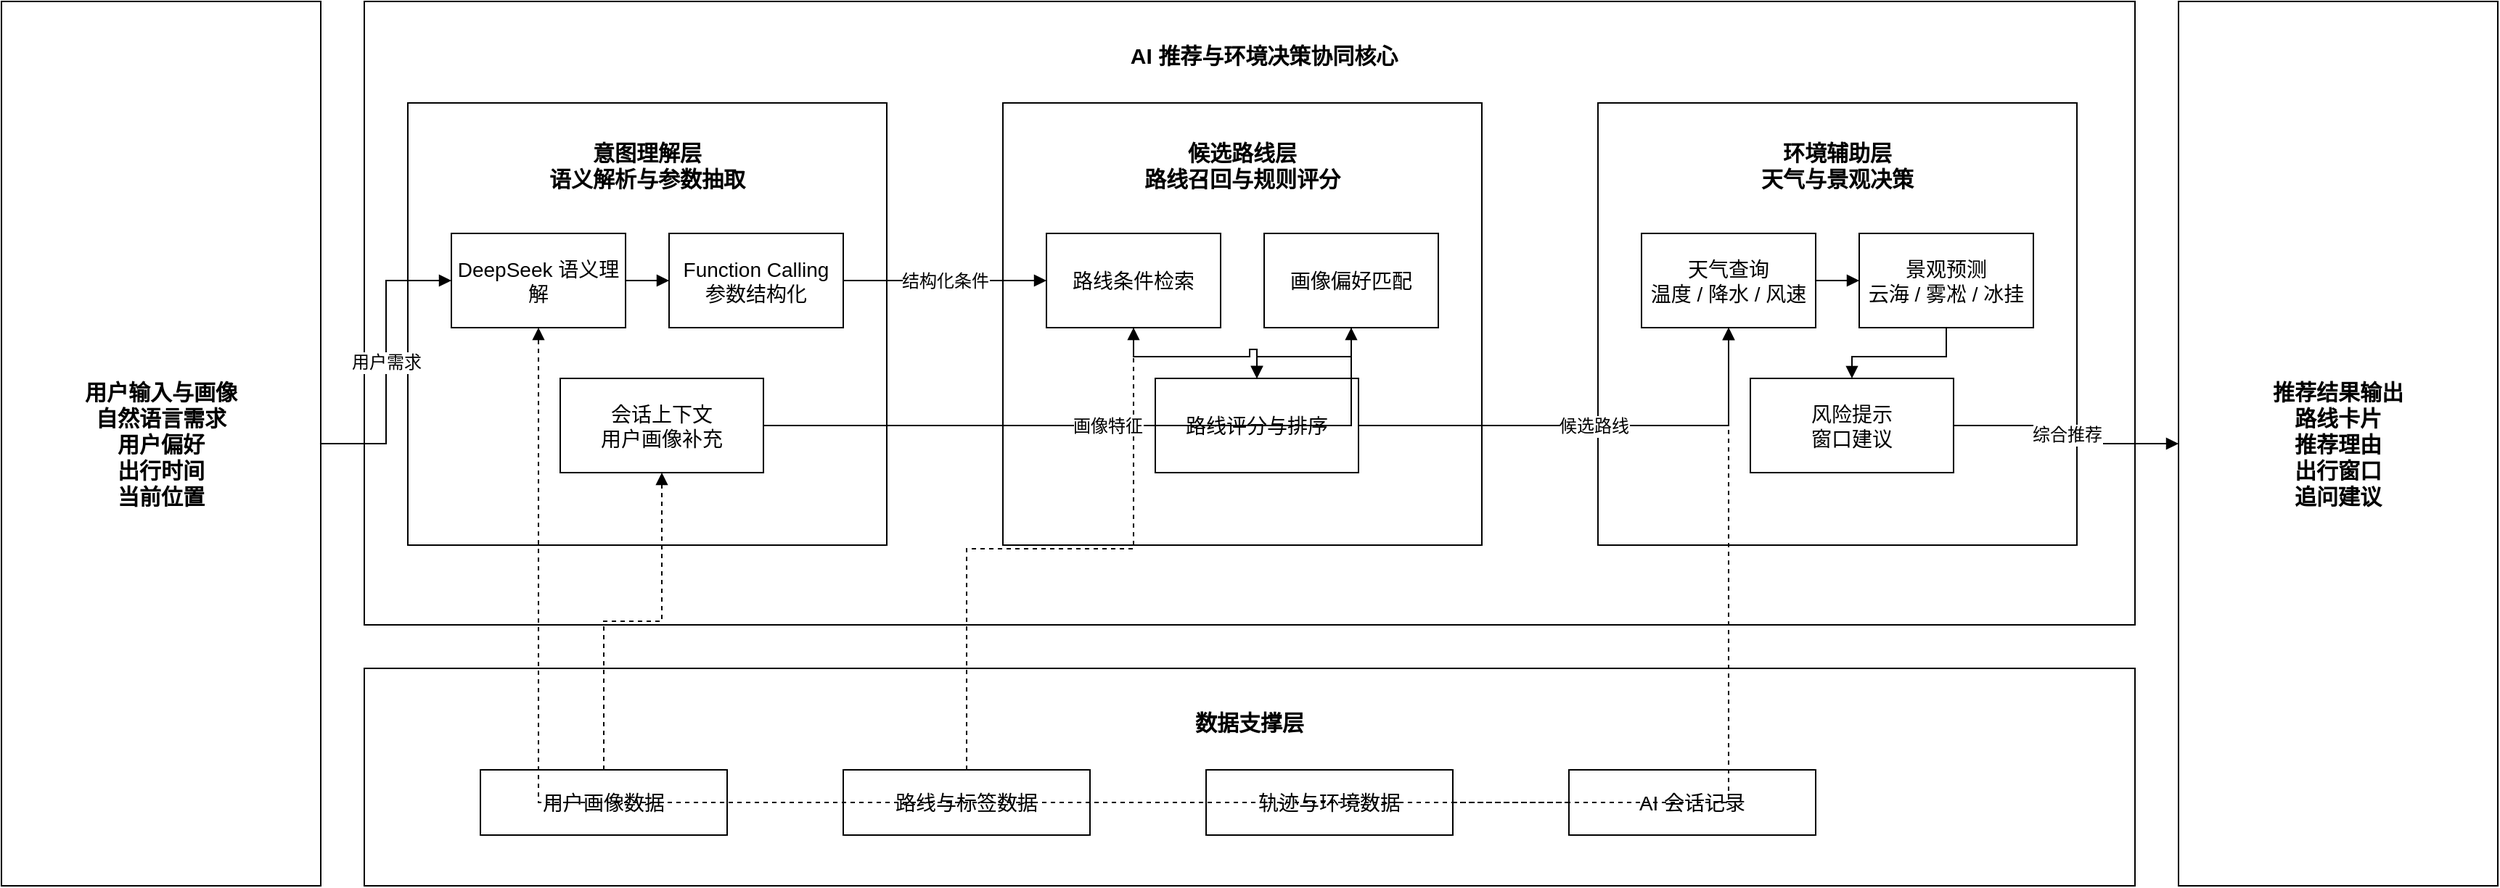
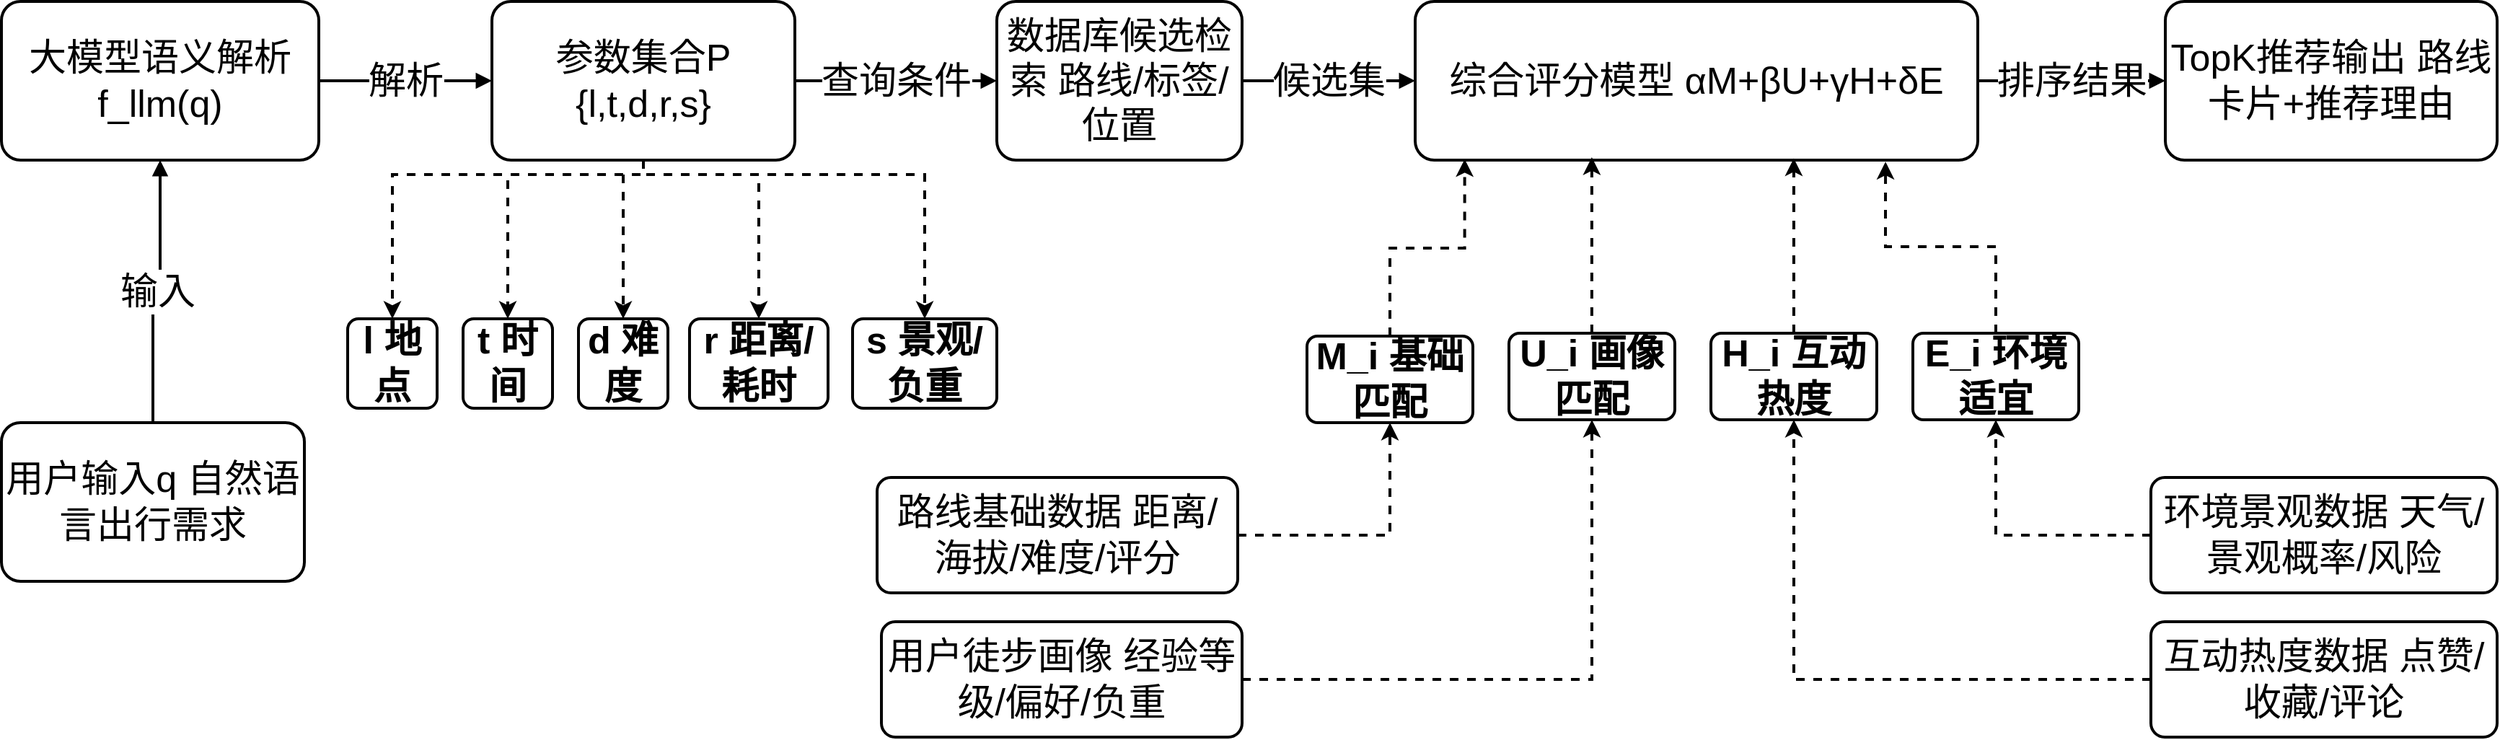
<mxfile host="Electron" agent="Codex">
-   <diagram id="diagram" name="第 1 页">
-     <mxGraphModel dx="1735" dy="1500" grid="1" gridSize="10" guides="1" tooltips="1" connect="1" arrows="1" fold="1" page="1" pageScale="1" pageWidth="1780" pageHeight="920" math="0" shadow="0">
+   <diagram id="AI推荐与环境辅助决策协同架构图" name="AI推荐与环境辅助决策协同架构图">
+     <mxGraphModel dx="1635" dy="1315" grid="1" gridSize="10" guides="1" tooltips="1" connect="1" arrows="1" fold="1" page="1" pageScale="1" pageWidth="1780" pageHeight="920" background="none" math="0" shadow="0">
      <root>
        <mxCell id="0" />
        <mxCell id="1" parent="0" />
-         <mxCell id="input_side" parent="1" style="rounded=0;whiteSpace=wrap;html=1;strokeColor=#000000;fillColor=#ffffff;fontSize=15;fontStyle=1;align=center;verticalAlign=middle;" value="用户输入与画像&#xa;自然语言需求&#xa;用户偏好&#xa;出行时间&#xa;当前位置" vertex="1">
-           <mxGeometry height="610" width="220" x="30" y="130" as="geometry" />
+         <mxCell id="SltSCAPwLS_RLYIDOlQ0-39" parent="1" style="rounded=1;arcSize=12;whiteSpace=wrap;html=1;strokeColor=#000000;fillColor=none;fontSize=26;strokeWidth=2;align=center;verticalAlign=middle;" value="用户输入q 自然语言出行需求" vertex="1">
+           <mxGeometry height="110" width="210" x="1210" y="552" as="geometry" />
        </mxCell>
-         <mxCell id="output_side" parent="1" style="rounded=0;whiteSpace=wrap;html=1;strokeColor=#000000;fillColor=#ffffff;fontSize=15;fontStyle=1;align=center;verticalAlign=middle;" value="推荐结果输出&#xa;路线卡片&#xa;推荐理由&#xa;出行窗口&#xa;追问建议" vertex="1">
-           <mxGeometry height="610" width="220" x="1530" y="130" as="geometry" />
+         <mxCell id="SltSCAPwLS_RLYIDOlQ0-40" parent="1" style="rounded=1;arcSize=12;whiteSpace=wrap;html=1;strokeColor=#000000;fillColor=none;fontSize=26;strokeWidth=2;align=center;verticalAlign=middle;" value="大模型语义解析 f_llm(q)" vertex="1">
+           <mxGeometry height="110" width="220" x="1210" y="260" as="geometry" />
        </mxCell>
-         <mxCell id="core" parent="1" style="rounded=0;whiteSpace=wrap;html=1;strokeColor=#000000;fillColor=#ffffff;fontSize=14;" value="" vertex="1">
-           <mxGeometry height="430" width="1220" x="280" y="130" as="geometry" />
+         <mxCell id="SltSCAPwLS_RLYIDOlQ0-80" edge="1" parent="1" style="edgeStyle=orthogonalEdgeStyle;rounded=0;orthogonalLoop=1;jettySize=auto;html=1;dashed=1;fontSize=26;strokeWidth=2;" target="SltSCAPwLS_RLYIDOlQ0-45">
+           <mxGeometry relative="1" as="geometry">
+             <Array as="points">
+               <mxPoint x="1655" y="380" />
+               <mxPoint x="1481" y="380" />
+             </Array>
+             <mxPoint x="1654.9999999999995" y="370" as="sourcePoint" />
+             <mxPoint x="1580" y="440" as="targetPoint" />
+           </mxGeometry>
        </mxCell>
-         <mxCell id="core_title" parent="1" style="rounded=0;whiteSpace=wrap;html=1;strokeColor=none;fillColor=none;fontSize=15;fontStyle=1;align=center;verticalAlign=middle;" value="AI 推荐与环境决策协同核心" vertex="1">
-           <mxGeometry height="34" width="320" x="740" y="150" as="geometry" />
+         <mxCell id="SltSCAPwLS_RLYIDOlQ0-81" edge="1" parent="1" style="edgeStyle=orthogonalEdgeStyle;rounded=0;orthogonalLoop=1;jettySize=auto;html=1;dashed=1;fontSize=26;strokeWidth=2;" target="SltSCAPwLS_RLYIDOlQ0-46">
+           <mxGeometry relative="1" as="geometry">
+             <Array as="points">
+               <mxPoint x="1655" y="380" />
+               <mxPoint x="1561" y="380" />
+             </Array>
+             <mxPoint x="1654.9999999999995" y="370" as="sourcePoint" />
+           </mxGeometry>
        </mxCell>
-         <mxCell id="g1" parent="1" style="rounded=0;whiteSpace=wrap;html=1;strokeColor=#000000;fillColor=#ffffff;fontSize=14;" value="" vertex="1">
-           <mxGeometry height="305" width="330" x="310" y="200" as="geometry" />
+         <mxCell id="SltSCAPwLS_RLYIDOlQ0-82" edge="1" parent="1" style="edgeStyle=orthogonalEdgeStyle;rounded=0;orthogonalLoop=1;jettySize=auto;html=1;dashed=1;fontSize=26;strokeWidth=2;" target="SltSCAPwLS_RLYIDOlQ0-47">
+           <mxGeometry relative="1" as="geometry">
+             <Array as="points">
+               <mxPoint x="1655" y="380" />
+               <mxPoint x="1641" y="380" />
+             </Array>
+             <mxPoint x="1654.9999999999995" y="370" as="sourcePoint" />
+           </mxGeometry>
        </mxCell>
-         <mxCell id="t1" parent="1" style="rounded=0;whiteSpace=wrap;html=1;strokeColor=none;fillColor=none;fontSize=15;fontStyle=1;align=center;verticalAlign=middle;" value="意图理解层&#xa;语义解析与参数抽取" vertex="1">
-           <mxGeometry height="45" width="210" x="370" y="220" as="geometry" />
+         <mxCell id="SltSCAPwLS_RLYIDOlQ0-83" edge="1" parent="1" style="edgeStyle=orthogonalEdgeStyle;rounded=0;orthogonalLoop=1;jettySize=auto;html=1;entryX=0.5;entryY=0;entryDx=0;entryDy=0;dashed=1;fontSize=26;strokeWidth=2;" target="SltSCAPwLS_RLYIDOlQ0-48">
+           <mxGeometry relative="1" as="geometry">
+             <Array as="points">
+               <mxPoint x="1655" y="380" />
+               <mxPoint x="1735" y="380" />
+             </Array>
+             <mxPoint x="1654.9999999999995" y="370" as="sourcePoint" />
+           </mxGeometry>
        </mxCell>
-         <mxCell id="deepseek" parent="1" style="rounded=0;whiteSpace=wrap;html=1;strokeColor=#000000;fillColor=#ffffff;fontSize=14;align=center;verticalAlign=middle;" value="DeepSeek 语义理解" vertex="1">
-           <mxGeometry height="65" width="120" x="340" y="290" as="geometry" />
+         <mxCell id="SltSCAPwLS_RLYIDOlQ0-85" edge="1" parent="1" style="edgeStyle=orthogonalEdgeStyle;rounded=0;orthogonalLoop=1;jettySize=auto;html=1;dashed=1;fontSize=26;strokeWidth=2;" target="SltSCAPwLS_RLYIDOlQ0-49">
+           <mxGeometry relative="1" as="geometry">
+             <Array as="points">
+               <mxPoint x="1655" y="380" />
+               <mxPoint x="1850" y="380" />
+             </Array>
+             <mxPoint x="1654.9999999999995" y="370" as="sourcePoint" />
+           </mxGeometry>
        </mxCell>
-         <mxCell id="function" parent="1" style="rounded=0;whiteSpace=wrap;html=1;strokeColor=#000000;fillColor=#ffffff;fontSize=14;align=center;verticalAlign=middle;" value="Function Calling&#xa;参数结构化" vertex="1">
-           <mxGeometry height="65" width="120" x="490" y="290" as="geometry" />
+         <mxCell id="SltSCAPwLS_RLYIDOlQ0-41" parent="1" style="rounded=1;arcSize=12;whiteSpace=wrap;html=1;strokeColor=#000000;fillColor=none;fontSize=26;strokeWidth=2;align=center;verticalAlign=middle;" value="参数集合P {l,t,d,r,s}" vertex="1">
+           <mxGeometry height="110" width="210" x="1550" y="260" as="geometry" />
        </mxCell>
-         <mxCell id="context" parent="1" style="rounded=0;whiteSpace=wrap;html=1;strokeColor=#000000;fillColor=#ffffff;fontSize=14;align=center;verticalAlign=middle;" value="会话上下文&#xa;用户画像补充" vertex="1">
-           <mxGeometry height="65" width="140" x="415" y="390" as="geometry" />
+         <mxCell id="SltSCAPwLS_RLYIDOlQ0-42" parent="1" style="rounded=1;arcSize=12;whiteSpace=wrap;html=1;strokeColor=#000000;fillColor=none;fontSize=26;strokeWidth=2;align=center;verticalAlign=middle;" value="数据库候选检索 路线/标签/位置" vertex="1">
+           <mxGeometry height="110" width="170" x="1900" y="260" as="geometry" />
        </mxCell>
-         <mxCell id="g2" parent="1" style="rounded=0;whiteSpace=wrap;html=1;strokeColor=#000000;fillColor=#ffffff;fontSize=14;" value="" vertex="1">
-           <mxGeometry height="305" width="330" x="720" y="200" as="geometry" />
+         <mxCell id="SltSCAPwLS_RLYIDOlQ0-43" parent="1" style="rounded=1;arcSize=12;whiteSpace=wrap;html=1;strokeColor=#000000;fillColor=none;fontSize=26;strokeWidth=2;align=center;verticalAlign=middle;" value="综合评分模型 αM+βU+γH+δE" vertex="1">
+           <mxGeometry height="110" width="390" x="2190" y="260" as="geometry" />
        </mxCell>
-         <mxCell id="t2" parent="1" style="rounded=0;whiteSpace=wrap;html=1;strokeColor=none;fillColor=none;fontSize=15;fontStyle=1;align=center;verticalAlign=middle;" value="候选路线层&#xa;路线召回与规则评分" vertex="1">
-           <mxGeometry height="45" width="210" x="780" y="220" as="geometry" />
+         <mxCell id="SltSCAPwLS_RLYIDOlQ0-44" parent="1" style="rounded=1;arcSize=12;whiteSpace=wrap;html=1;strokeColor=#000000;fillColor=none;fontSize=26;strokeWidth=2;align=center;verticalAlign=middle;" value="TopK推荐输出 路线卡片+推荐理由" vertex="1">
+           <mxGeometry height="110" width="230" x="2710" y="260" as="geometry" />
        </mxCell>
-         <mxCell id="route_query" parent="1" style="rounded=0;whiteSpace=wrap;html=1;strokeColor=#000000;fillColor=#ffffff;fontSize=14;align=center;verticalAlign=middle;" value="路线条件检索" vertex="1">
-           <mxGeometry height="65" width="120" x="750" y="290" as="geometry" />
+         <mxCell id="SltSCAPwLS_RLYIDOlQ0-45" parent="1" style="rounded=1;arcSize=12;whiteSpace=wrap;html=1;strokeColor=#000000;fillColor=none;fontSize=26;strokeWidth=2;align=center;verticalAlign=middle;fontStyle=1;" value="l 地点" vertex="1">
+           <mxGeometry height="62" width="62" x="1450" y="480" as="geometry" />
        </mxCell>
-         <mxCell id="profile_match" parent="1" style="rounded=0;whiteSpace=wrap;html=1;strokeColor=#000000;fillColor=#ffffff;fontSize=14;align=center;verticalAlign=middle;" value="画像偏好匹配" vertex="1">
-           <mxGeometry height="65" width="120" x="900" y="290" as="geometry" />
+         <mxCell id="SltSCAPwLS_RLYIDOlQ0-46" parent="1" style="rounded=1;arcSize=12;whiteSpace=wrap;html=1;strokeColor=#000000;fillColor=none;fontSize=26;strokeWidth=2;align=center;verticalAlign=middle;fontStyle=1;" value="t 时间" vertex="1">
+           <mxGeometry height="62" width="62" x="1530" y="480" as="geometry" />
        </mxCell>
-         <mxCell id="score" parent="1" style="rounded=0;whiteSpace=wrap;html=1;strokeColor=#000000;fillColor=#ffffff;fontSize=14;align=center;verticalAlign=middle;" value="路线评分与排序" vertex="1">
-           <mxGeometry height="65" width="140" x="825" y="390" as="geometry" />
+         <mxCell id="SltSCAPwLS_RLYIDOlQ0-47" parent="1" style="rounded=1;arcSize=12;whiteSpace=wrap;html=1;strokeColor=#000000;fillColor=none;fontSize=26;strokeWidth=2;align=center;verticalAlign=middle;fontStyle=1;" value="d 难度" vertex="1">
+           <mxGeometry height="62" width="62" x="1610" y="480" as="geometry" />
        </mxCell>
-         <mxCell id="g3" parent="1" style="rounded=0;whiteSpace=wrap;html=1;strokeColor=#000000;fillColor=#ffffff;fontSize=14;" value="" vertex="1">
-           <mxGeometry height="305" width="330" x="1130" y="200" as="geometry" />
+         <mxCell id="SltSCAPwLS_RLYIDOlQ0-48" parent="1" style="rounded=1;arcSize=12;whiteSpace=wrap;html=1;strokeColor=#000000;fillColor=none;fontSize=26;strokeWidth=2;align=center;verticalAlign=middle;fontStyle=1;" value="r 距离/耗时" vertex="1">
+           <mxGeometry height="62" width="96" x="1687" y="480" as="geometry" />
        </mxCell>
-         <mxCell id="t3" parent="1" style="rounded=0;whiteSpace=wrap;html=1;strokeColor=none;fillColor=none;fontSize=15;fontStyle=1;align=center;verticalAlign=middle;" value="环境辅助层&#xa;天气与景观决策" vertex="1">
-           <mxGeometry height="45" width="210" x="1190" y="220" as="geometry" />
+         <mxCell id="SltSCAPwLS_RLYIDOlQ0-49" parent="1" style="rounded=1;arcSize=12;whiteSpace=wrap;html=1;strokeColor=#000000;fillColor=none;fontSize=26;strokeWidth=2;align=center;verticalAlign=middle;fontStyle=1;" value="s 景观/负重" vertex="1">
+           <mxGeometry height="62" width="100" x="1800" y="480" as="geometry" />
        </mxCell>
-         <mxCell id="weather" parent="1" style="rounded=0;whiteSpace=wrap;html=1;strokeColor=#000000;fillColor=#ffffff;fontSize=14;align=center;verticalAlign=middle;" value="天气查询&#xa;温度 / 降水 / 风速" vertex="1">
-           <mxGeometry height="65" width="120" x="1160" y="290" as="geometry" />
-         </mxCell>
-         <mxCell id="landscape" parent="1" style="rounded=0;whiteSpace=wrap;html=1;strokeColor=#000000;fillColor=#ffffff;fontSize=14;align=center;verticalAlign=middle;" value="景观预测&#xa;云海 / 雾凇 / 冰挂" vertex="1">
-           <mxGeometry height="65" width="120" x="1310" y="290" as="geometry" />
-         </mxCell>
-         <mxCell id="risk" parent="1" style="rounded=0;whiteSpace=wrap;html=1;strokeColor=#000000;fillColor=#ffffff;fontSize=14;align=center;verticalAlign=middle;" value="风险提示&#xa;窗口建议" vertex="1">
-           <mxGeometry height="65" width="140" x="1235" y="390" as="geometry" />
-         </mxCell>
-         <mxCell id="storage" parent="1" style="rounded=0;whiteSpace=wrap;html=1;strokeColor=#000000;fillColor=#ffffff;fontSize=14;" value="" vertex="1">
-           <mxGeometry height="150" width="1220" x="280" y="590" as="geometry" />
-         </mxCell>
-         <mxCell id="storage_title" parent="1" style="rounded=0;whiteSpace=wrap;html=1;strokeColor=none;fillColor=none;fontSize=15;fontStyle=1;align=center;verticalAlign=middle;" value="数据支撑层" vertex="1">
-           <mxGeometry height="34" width="320" x="730" y="610" as="geometry" />
-         </mxCell>
-         <mxCell id="profile_db" parent="1" style="rounded=0;whiteSpace=wrap;html=1;strokeColor=#000000;fillColor=#ffffff;fontSize=14;align=center;verticalAlign=middle;" value="用户画像数据" vertex="1">
-           <mxGeometry height="45" width="170" x="360" y="660" as="geometry" />
-         </mxCell>
-         <mxCell id="trail_db" parent="1" style="rounded=0;whiteSpace=wrap;html=1;strokeColor=#000000;fillColor=#ffffff;fontSize=14;align=center;verticalAlign=middle;" value="路线与标签数据" vertex="1">
-           <mxGeometry height="45" width="170" x="610" y="660" as="geometry" />
-         </mxCell>
-         <mxCell id="env_db" parent="1" style="rounded=0;whiteSpace=wrap;html=1;strokeColor=#000000;fillColor=#ffffff;fontSize=14;align=center;verticalAlign=middle;" value="轨迹与环境数据" vertex="1">
-           <mxGeometry height="45" width="170" x="860" y="660" as="geometry" />
-         </mxCell>
-         <mxCell id="session_db" parent="1" style="rounded=0;whiteSpace=wrap;html=1;strokeColor=#000000;fillColor=#ffffff;fontSize=14;align=center;verticalAlign=middle;" value="AI 会话记录" vertex="1">
-           <mxGeometry height="45" width="170" x="1110" y="660" as="geometry" />
-         </mxCell>
-         <mxCell id="e1" edge="1" parent="1" source="input_side" style="edgeStyle=orthogonalEdgeStyle;rounded=0;orthogonalLoop=1;jettySize=auto;html=1;strokeColor=#000000;endArrow=block;endFill=1;fontSize=12;" target="deepseek" value="用户需求">
+         <mxCell id="SltSCAPwLS_RLYIDOlQ0-50" edge="1" parent="1" source="SltSCAPwLS_RLYIDOlQ0-51" style="edgeStyle=orthogonalEdgeStyle;rounded=0;orthogonalLoop=1;jettySize=auto;html=1;entryX=0.5;entryY=1;entryDx=0;entryDy=0;dashed=1;fontSize=26;strokeWidth=2;" target="SltSCAPwLS_RLYIDOlQ0-59">
          <mxGeometry relative="1" as="geometry" />
        </mxCell>
-         <mxCell id="e2" edge="1" parent="1" source="deepseek" style="edgeStyle=orthogonalEdgeStyle;rounded=0;orthogonalLoop=1;jettySize=auto;html=1;strokeColor=#000000;endArrow=block;endFill=1;fontSize=12;" target="function" value="">
+         <mxCell id="SltSCAPwLS_RLYIDOlQ0-51" parent="1" style="rounded=1;arcSize=12;whiteSpace=wrap;html=1;strokeColor=#000000;fillColor=none;fontSize=26;strokeWidth=2;align=center;verticalAlign=middle;" value="用户徒步画像 经验等级/偏好/负重" vertex="1">
+           <mxGeometry height="80" width="250" x="1820" y="690" as="geometry" />
+         </mxCell>
+         <mxCell id="SltSCAPwLS_RLYIDOlQ0-52" edge="1" parent="1" source="SltSCAPwLS_RLYIDOlQ0-53" style="edgeStyle=orthogonalEdgeStyle;rounded=0;orthogonalLoop=1;jettySize=auto;html=1;entryX=0.5;entryY=1;entryDx=0;entryDy=0;dashed=1;fontSize=26;strokeWidth=2;" target="SltSCAPwLS_RLYIDOlQ0-58">
          <mxGeometry relative="1" as="geometry" />
        </mxCell>
-         <mxCell id="e3" edge="1" parent="1" source="function" style="edgeStyle=orthogonalEdgeStyle;rounded=0;orthogonalLoop=1;jettySize=auto;html=1;strokeColor=#000000;endArrow=block;endFill=1;fontSize=12;" target="route_query" value="结构化条件">
+         <mxCell id="SltSCAPwLS_RLYIDOlQ0-53" parent="1" style="rounded=1;arcSize=12;whiteSpace=wrap;html=1;strokeColor=#000000;fillColor=none;fontSize=26;strokeWidth=2;align=center;verticalAlign=middle;" value="路线基础数据 距离/海拔/难度/评分" vertex="1">
+           <mxGeometry height="80" width="250" x="1817" y="590" as="geometry" />
+         </mxCell>
+         <mxCell id="SltSCAPwLS_RLYIDOlQ0-54" edge="1" parent="1" source="SltSCAPwLS_RLYIDOlQ0-55" style="edgeStyle=orthogonalEdgeStyle;rounded=0;orthogonalLoop=1;jettySize=auto;html=1;entryX=0.5;entryY=1;entryDx=0;entryDy=0;dashed=1;fontSize=26;strokeWidth=2;" target="SltSCAPwLS_RLYIDOlQ0-60">
          <mxGeometry relative="1" as="geometry" />
        </mxCell>
-         <mxCell id="e4" edge="1" parent="1" source="context" style="edgeStyle=orthogonalEdgeStyle;rounded=0;orthogonalLoop=1;jettySize=auto;html=1;strokeColor=#000000;endArrow=block;endFill=1;fontSize=12;" target="profile_match" value="画像特征">
+         <mxCell id="SltSCAPwLS_RLYIDOlQ0-55" parent="1" style="rounded=1;arcSize=12;whiteSpace=wrap;html=1;strokeColor=#000000;fillColor=none;fontSize=26;strokeWidth=2;align=center;verticalAlign=middle;" value="互动热度数据 点赞/收藏/评论" vertex="1">
+           <mxGeometry height="80" width="240" x="2700" y="690" as="geometry" />
+         </mxCell>
+         <mxCell id="SltSCAPwLS_RLYIDOlQ0-56" edge="1" parent="1" source="SltSCAPwLS_RLYIDOlQ0-57" style="edgeStyle=orthogonalEdgeStyle;rounded=0;orthogonalLoop=1;jettySize=auto;html=1;dashed=1;fontSize=26;strokeWidth=2;" target="SltSCAPwLS_RLYIDOlQ0-61">
          <mxGeometry relative="1" as="geometry" />
        </mxCell>
-         <mxCell id="e5" edge="1" parent="1" source="route_query" style="edgeStyle=orthogonalEdgeStyle;rounded=0;orthogonalLoop=1;jettySize=auto;html=1;strokeColor=#000000;endArrow=block;endFill=1;fontSize=12;" target="score" value="">
+         <mxCell id="SltSCAPwLS_RLYIDOlQ0-57" parent="1" style="rounded=1;arcSize=12;whiteSpace=wrap;html=1;strokeColor=#000000;fillColor=none;fontSize=26;strokeWidth=2;align=center;verticalAlign=middle;" value="环境景观数据 天气/景观概率/风险" vertex="1">
+           <mxGeometry height="80" width="240" x="2700" y="590" as="geometry" />
+         </mxCell>
+         <mxCell id="SltSCAPwLS_RLYIDOlQ0-58" parent="1" style="rounded=1;arcSize=12;whiteSpace=wrap;html=1;strokeColor=#000000;fillColor=none;fontSize=26;strokeWidth=2;align=center;verticalAlign=middle;fontStyle=1;" value="M_i 基础匹配" vertex="1">
+           <mxGeometry height="60" width="115" x="2115" y="492" as="geometry" />
+         </mxCell>
+         <mxCell id="SltSCAPwLS_RLYIDOlQ0-59" parent="1" style="rounded=1;arcSize=12;whiteSpace=wrap;html=1;strokeColor=#000000;fillColor=none;fontSize=26;strokeWidth=2;align=center;verticalAlign=middle;fontStyle=1;" value="U_i 画像匹配" vertex="1">
+           <mxGeometry height="60" width="115" x="2255" y="490" as="geometry" />
+         </mxCell>
+         <mxCell id="SltSCAPwLS_RLYIDOlQ0-78" edge="1" parent="1" source="SltSCAPwLS_RLYIDOlQ0-60" style="edgeStyle=orthogonalEdgeStyle;rounded=0;orthogonalLoop=1;jettySize=auto;html=1;entryX=0.673;entryY=0.989;entryDx=0;entryDy=0;entryPerimeter=0;dashed=1;fontSize=26;strokeWidth=2;" target="SltSCAPwLS_RLYIDOlQ0-43">
          <mxGeometry relative="1" as="geometry" />
        </mxCell>
-         <mxCell id="e6" edge="1" parent="1" source="profile_match" style="edgeStyle=orthogonalEdgeStyle;rounded=0;orthogonalLoop=1;jettySize=auto;html=1;strokeColor=#000000;endArrow=block;endFill=1;fontSize=12;" target="score" value="">
+         <mxCell id="SltSCAPwLS_RLYIDOlQ0-60" parent="1" style="rounded=1;arcSize=12;whiteSpace=wrap;html=1;strokeColor=#000000;fillColor=none;fontSize=26;strokeWidth=2;align=center;verticalAlign=middle;fontStyle=1;" value="H_i 互动热度" vertex="1">
+           <mxGeometry height="60" width="115" x="2395" y="490" as="geometry" />
+         </mxCell>
+         <mxCell id="SltSCAPwLS_RLYIDOlQ0-87" edge="1" parent="1" source="SltSCAPwLS_RLYIDOlQ0-61" style="edgeStyle=orthogonalEdgeStyle;rounded=0;orthogonalLoop=1;jettySize=auto;html=1;entryX=0.836;entryY=1.01;entryDx=0;entryDy=0;entryPerimeter=0;strokeWidth=2;dashed=1;fontSize=26;" target="SltSCAPwLS_RLYIDOlQ0-43">
+           <mxGeometry relative="1" as="geometry">
+             <mxPoint x="2460" y="380" as="targetPoint" />
+           </mxGeometry>
+         </mxCell>
+         <mxCell id="SltSCAPwLS_RLYIDOlQ0-61" parent="1" style="rounded=1;arcSize=12;whiteSpace=wrap;html=1;strokeColor=#000000;fillColor=none;fontSize=26;strokeWidth=2;align=center;verticalAlign=middle;fontStyle=1;" value="E_i 环境适宜" vertex="1">
+           <mxGeometry height="60" width="115" x="2535" y="490" as="geometry" />
+         </mxCell>
+         <mxCell id="SltSCAPwLS_RLYIDOlQ0-62" edge="1" parent="1" source="SltSCAPwLS_RLYIDOlQ0-39" style="edgeStyle=orthogonalEdgeStyle;rounded=0;orthogonalLoop=1;jettySize=auto;html=1;strokeColor=#000000;endArrow=block;endFill=1;fontSize=26;strokeWidth=2;" target="SltSCAPwLS_RLYIDOlQ0-40" value="输入">
          <mxGeometry relative="1" as="geometry" />
        </mxCell>
-         <mxCell id="e7" edge="1" parent="1" source="score" style="edgeStyle=orthogonalEdgeStyle;rounded=0;orthogonalLoop=1;jettySize=auto;html=1;strokeColor=#000000;endArrow=block;endFill=1;fontSize=12;" target="weather" value="候选路线">
+         <mxCell id="SltSCAPwLS_RLYIDOlQ0-63" edge="1" parent="1" source="SltSCAPwLS_RLYIDOlQ0-40" style="edgeStyle=orthogonalEdgeStyle;rounded=0;orthogonalLoop=1;jettySize=auto;html=1;strokeColor=#000000;endArrow=block;endFill=1;fontSize=26;strokeWidth=2;" target="SltSCAPwLS_RLYIDOlQ0-41" value="解析">
          <mxGeometry relative="1" as="geometry" />
        </mxCell>
-         <mxCell id="e8" edge="1" parent="1" source="weather" style="edgeStyle=orthogonalEdgeStyle;rounded=0;orthogonalLoop=1;jettySize=auto;html=1;strokeColor=#000000;endArrow=block;endFill=1;fontSize=12;" target="landscape" value="">
+         <mxCell id="SltSCAPwLS_RLYIDOlQ0-64" edge="1" parent="1" source="SltSCAPwLS_RLYIDOlQ0-41" style="edgeStyle=orthogonalEdgeStyle;rounded=0;orthogonalLoop=1;jettySize=auto;html=1;strokeColor=#000000;endArrow=block;endFill=1;fontSize=26;strokeWidth=2;" target="SltSCAPwLS_RLYIDOlQ0-42" value="查询条件">
          <mxGeometry relative="1" as="geometry" />
        </mxCell>
-         <mxCell id="e9" edge="1" parent="1" source="landscape" style="edgeStyle=orthogonalEdgeStyle;rounded=0;orthogonalLoop=1;jettySize=auto;html=1;strokeColor=#000000;endArrow=block;endFill=1;fontSize=12;" target="risk" value="">
+         <mxCell id="SltSCAPwLS_RLYIDOlQ0-65" edge="1" parent="1" source="SltSCAPwLS_RLYIDOlQ0-42" style="edgeStyle=orthogonalEdgeStyle;rounded=0;orthogonalLoop=1;jettySize=auto;html=1;strokeColor=#000000;endArrow=block;endFill=1;fontSize=26;strokeWidth=2;" target="SltSCAPwLS_RLYIDOlQ0-43" value="候选集">
          <mxGeometry relative="1" as="geometry" />
        </mxCell>
-         <mxCell id="e10" edge="1" parent="1" source="risk" style="edgeStyle=orthogonalEdgeStyle;rounded=0;orthogonalLoop=1;jettySize=auto;html=1;strokeColor=#000000;endArrow=block;endFill=1;fontSize=12;" target="output_side" value="综合推荐">
+         <mxCell id="SltSCAPwLS_RLYIDOlQ0-66" edge="1" parent="1" source="SltSCAPwLS_RLYIDOlQ0-43" style="edgeStyle=orthogonalEdgeStyle;rounded=0;orthogonalLoop=1;jettySize=auto;html=1;strokeColor=#000000;endArrow=block;endFill=1;fontSize=26;strokeWidth=2;" target="SltSCAPwLS_RLYIDOlQ0-44" value="排序结果">
          <mxGeometry relative="1" as="geometry" />
        </mxCell>
-         <mxCell id="e11" edge="1" parent="1" source="profile_db" style="edgeStyle=orthogonalEdgeStyle;rounded=0;orthogonalLoop=1;jettySize=auto;html=1;strokeColor=#000000;dashed=1;endArrow=block;endFill=1;fontSize=12;" target="context" value="">
+         <mxCell id="SltSCAPwLS_RLYIDOlQ0-76" edge="1" parent="1" source="SltSCAPwLS_RLYIDOlQ0-58" style="edgeStyle=orthogonalEdgeStyle;rounded=0;orthogonalLoop=1;jettySize=auto;html=1;entryX=0.088;entryY=0.994;entryDx=0;entryDy=0;entryPerimeter=0;dashed=1;fontSize=26;strokeWidth=2;" target="SltSCAPwLS_RLYIDOlQ0-43">
          <mxGeometry relative="1" as="geometry" />
        </mxCell>
-         <mxCell id="e12" edge="1" parent="1" source="trail_db" style="edgeStyle=orthogonalEdgeStyle;rounded=0;orthogonalLoop=1;jettySize=auto;html=1;strokeColor=#000000;dashed=1;endArrow=block;endFill=1;fontSize=12;" target="route_query" value="">
-           <mxGeometry relative="1" as="geometry" />
-         </mxCell>
-         <mxCell id="e13" edge="1" parent="1" source="env_db" style="edgeStyle=orthogonalEdgeStyle;rounded=0;orthogonalLoop=1;jettySize=auto;html=1;strokeColor=#000000;dashed=1;endArrow=block;endFill=1;fontSize=12;" target="weather" value="">
-           <mxGeometry relative="1" as="geometry" />
-         </mxCell>
-         <mxCell id="e14" edge="1" parent="1" source="session_db" style="edgeStyle=orthogonalEdgeStyle;rounded=0;orthogonalLoop=1;jettySize=auto;html=1;strokeColor=#000000;dashed=1;endArrow=block;endFill=1;fontSize=12;" target="deepseek" value="">
+         <mxCell id="SltSCAPwLS_RLYIDOlQ0-77" edge="1" parent="1" source="SltSCAPwLS_RLYIDOlQ0-59" style="edgeStyle=orthogonalEdgeStyle;rounded=0;orthogonalLoop=1;jettySize=auto;html=1;entryX=0.314;entryY=0.982;entryDx=0;entryDy=0;dashed=1;fontSize=26;strokeWidth=2;entryPerimeter=0;" target="SltSCAPwLS_RLYIDOlQ0-43">
          <mxGeometry relative="1" as="geometry" />
        </mxCell>
      </root>
    </mxGraphModel>
  </diagram>
</mxfile>
